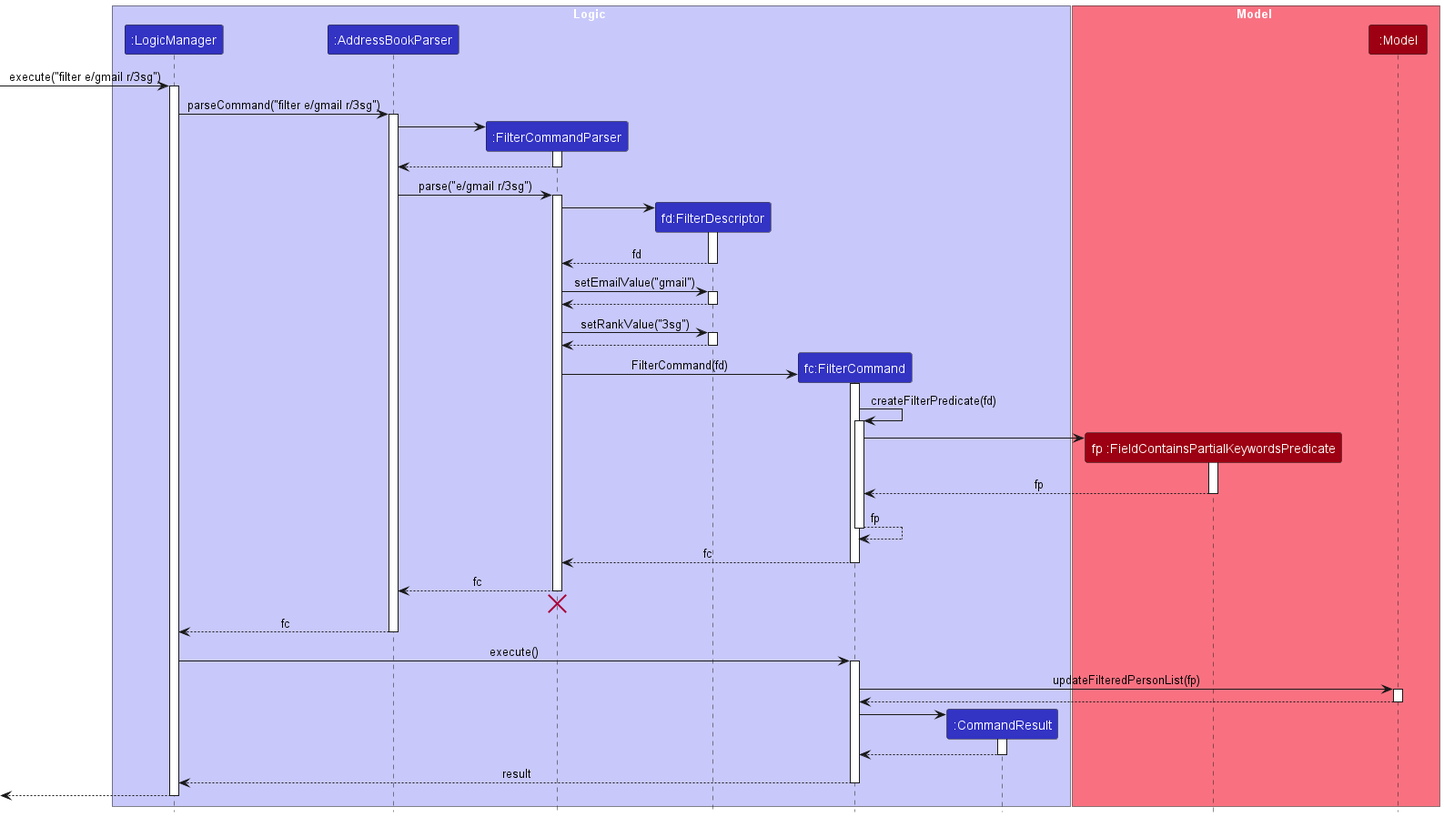
nus-cs2103-AY2223S2/tp keeps this PlantUML diagram as docs/images/FilterSequenceDiagram.png. Above is the earlier version.
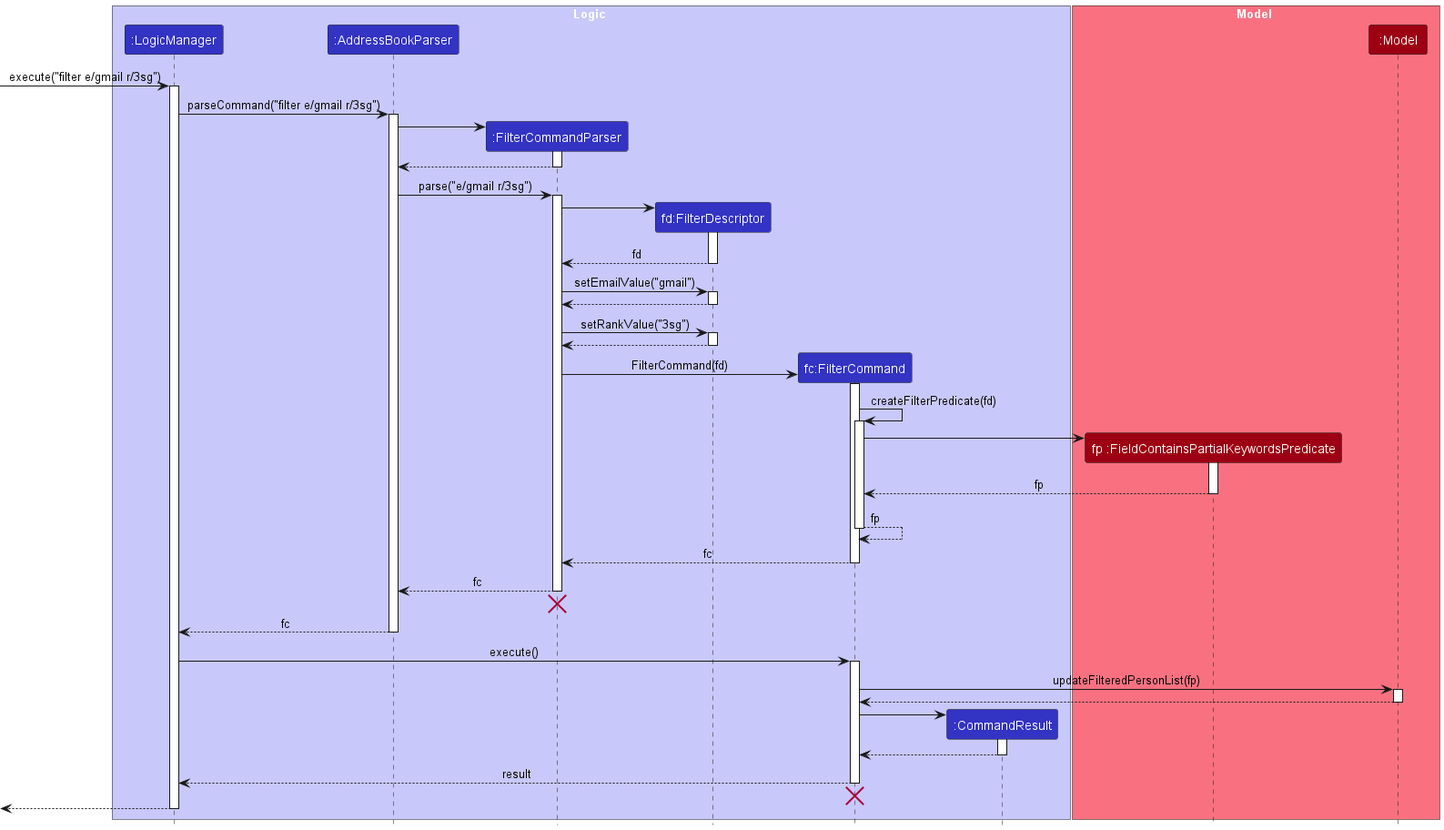
The same diagram one commit later.

Commit message:
fix issues related to filter feature in DG

Let's add the destruction of FilterCommand object in its sequence
diagram. Let's add the Filter feature into the contents section

Change to the diagram source:
```diff
@@ -101,6 +101,8 @@
 
 FilterCommand --> LogicManager : result
 deactivate FilterCommand
+FilterCommand -[hidden]-> LogicManager
+destroy FilterCommand
 
 [<--LogicManager
 deactivate LogicManager
```
